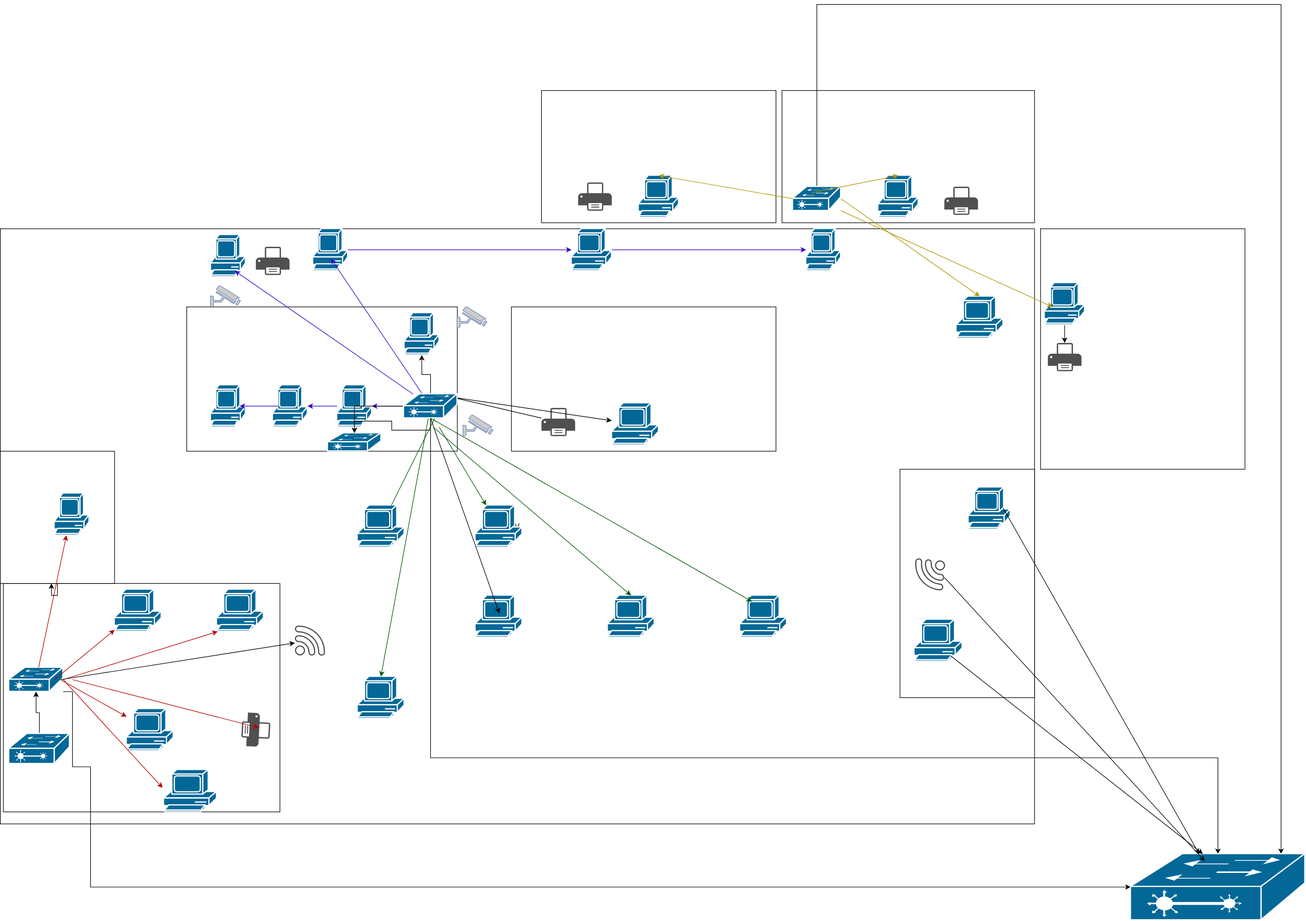
This is mapa_de_rede(Fábrica).drawio.svg from GabrielBuenoSathler/mapa-de-rede, a draw.io export, as it was before one commit. Source tidied: cells renumbered, new cells last; positions are measured from the earlier drawing's top-left corner, leaving out a move shared by most shapes.
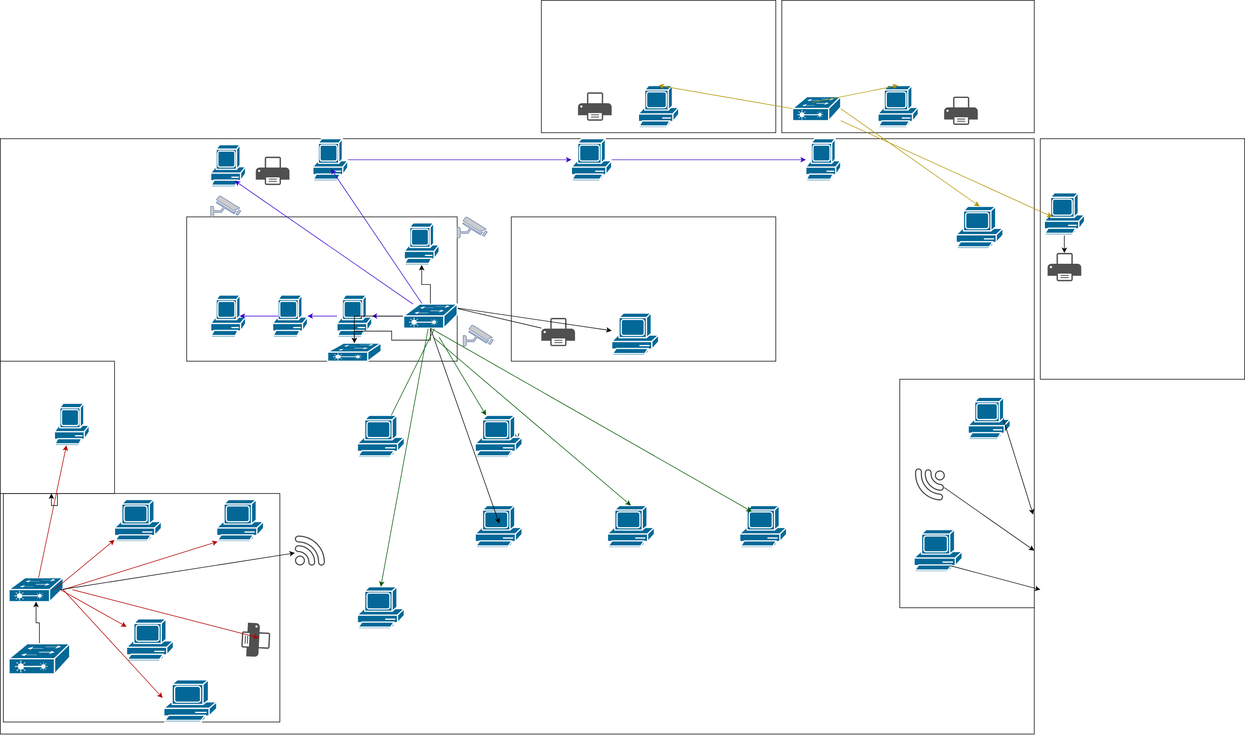
The same file after the commit.

Change to the diagram source:
```diff
@@ -8,16 +8,6 @@
     <mxCell id="3" style="rounded=0;whiteSpace=wrap;html=1;rotation=90;" parent="1" vertex="1">
       <mxGeometry x="45" y="923" width="380" height="460" as="geometry" />
     </mxCell>
-    <mxCell id="4" style="edgeStyle=orthogonalEdgeStyle;rounded=0;jettySize=auto;html=1;exitX=1;exitY=1;exitDx=0;exitDy=0;exitPerimeter=0;" parent="1" edge="1" source="5" target="88">
-      <mxGeometry relative="1" as="geometry">
-        <Array as="points">
-          <mxPoint x="120" y="1143" />
-          <mxPoint x="120" y="1268" />
-          <mxPoint x="150" y="1268" />
-          <mxPoint x="150" y="1468" />
-        </Array>
-      </mxGeometry>
-    </mxCell>
     <mxCell id="5" style="strokeColor=#ffffff;sketch=0;html=1;dashed=0;fillColor=#036897;strokeWidth=2;verticalLabelPosition=bottom;verticalAlign=top;align=center;outlineConnect=0;shape=mxgraph.cisco.switches.layer_2_remote_switch;" parent="1" vertex="1">
       <mxGeometry x="14.5" y="1103" width="90" height="40" as="geometry" />
     </mxCell>
@@ -230,14 +220,6 @@
     <mxCell id="67" style="sketch=0;html=1;dashed=0;fillColor=#036897;strokeColor=#ffffff;strokeWidth=2;verticalLabelPosition=bottom;verticalAlign=top;align=center;outlineConnect=0;shape=mxgraph.cisco.computers_and_peripherals.pc;" parent="1" vertex="1">
       <mxGeometry x="1061.5" y="284.5" width="67" height="70" as="geometry" />
     </mxCell>
-    <mxCell id="68" style="edgeStyle=orthogonalEdgeStyle;rounded=0;jettySize=auto;html=1;exitX=0.5;exitY=0;exitDx=0;exitDy=0;exitPerimeter=0;" parent="1" edge="1" source="69" target="88">
-      <mxGeometry relative="1" as="geometry">
-        <Array as="points">
-          <mxPoint x="1358" />
-          <mxPoint x="2130" />
-        </Array>
-      </mxGeometry>
-    </mxCell>
     <mxCell id="69" style="strokeColor=#ffffff;sketch=0;html=1;dashed=0;fillColor=#036897;strokeWidth=2;verticalLabelPosition=bottom;verticalAlign=top;align=center;outlineConnect=0;shape=mxgraph.cisco.switches.layer_2_remote_switch;" parent="1" vertex="1">
       <mxGeometry x="1318" y="303" width="80" height="40" as="geometry" />
     </mxCell>
@@ -285,14 +267,6 @@
         <mxPoint x="730" y="683" as="sourcePoint" />
       </mxGeometry>
     </mxCell>
-    <mxCell id="82" style="edgeStyle=orthogonalEdgeStyle;rounded=0;jettySize=auto;html=1;" parent="1" edge="1" source="83" target="88">
-      <mxGeometry relative="1" as="geometry">
-        <Array as="points">
-          <mxPoint x="716" y="1253" />
-          <mxPoint x="2025" y="1253" />
-        </Array>
-      </mxGeometry>
-    </mxCell>
     <mxCell id="83" style="strokeColor=#ffffff;sketch=0;html=1;dashed=0;fillColor=#036897;strokeWidth=2;verticalLabelPosition=bottom;verticalAlign=top;align=center;outlineConnect=0;shape=mxgraph.cisco.switches.layer_2_remote_switch;" parent="1" vertex="1">
       <mxGeometry x="671" y="648" width="89" height="40" as="geometry" />
     </mxCell>
@@ -316,13 +290,10 @@
         <mxPoint x="1250" y="993" as="targetPoint" />
       </mxGeometry>
     </mxCell>
-    <mxCell id="88" style="strokeColor=#ffffff;sketch=0;html=1;dashed=0;fillColor=#036897;strokeWidth=2;verticalLabelPosition=bottom;verticalAlign=top;align=center;outlineConnect=0;shape=mxgraph.cisco.switches.layer_2_remote_switch;" parent="1" vertex="1">
-      <mxGeometry x="1880" y="1413" width="290" height="110" as="geometry" />
-    </mxCell>
-    <mxCell id="89" style="endArrow=classic;html=1;rounded=0;exitX=0.83;exitY=0.5;exitDx=0;exitDy=0;exitPerimeter=0;" parent="1" edge="1" source="42" target="88">
+    <mxCell id="89" style="endArrow=classic;html=1;rounded=0;exitX=0.83;exitY=0.5;exitDx=0;exitDy=0;exitPerimeter=0;entryX=0.592;entryY=0.009;entryDx=0;entryDy=0;entryPerimeter=0;" parent="1" edge="1" source="42" target="41">
       <mxGeometry relative="1" as="geometry" />
     </mxCell>
-    <mxCell id="90" style="endArrow=classic;html=1;rounded=0;entryX=0.425;entryY=0.108;entryDx=0;entryDy=0;entryPerimeter=0;" parent="1" edge="1" target="88">
+    <mxCell id="90" style="endArrow=classic;html=1;rounded=0;entryX=0.75;entryY=0;entryDx=0;entryDy=0;" parent="1" edge="1" target="41">
       <mxGeometry relative="1" as="geometry">
         <mxPoint x="1570" y="953" as="sourcePoint" />
       </mxGeometry>
@@ -330,7 +301,7 @@
     <mxCell id="91" style="endArrow=classic;html=1;rounded=0;" parent="1" edge="1">
       <mxGeometry relative="1" as="geometry">
         <mxPoint x="1580" y="1083" as="sourcePoint" />
-        <mxPoint x="2000" y="1413" as="targetPoint" />
+        <mxPoint x="1730" y="1123" as="targetPoint" />
       </mxGeometry>
     </mxCell>
   </root>
```
